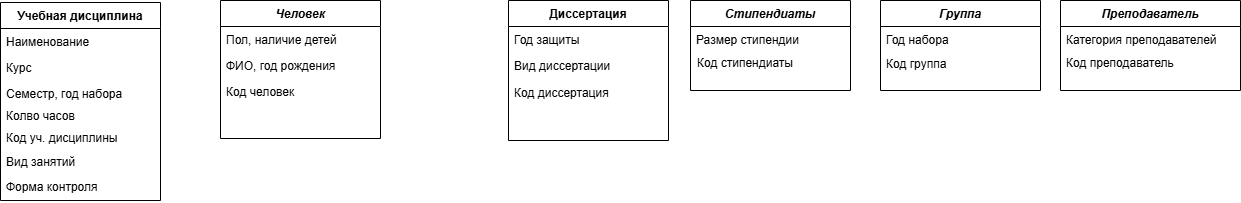
Before: БД 2 Хорошилова.drawio.png, a diagram exported from draw.io (ksinph/PSTU_LABS_2023). Source tidied: cells renumbered, new cells last; positions are measured from the earlier drawing's top-left corner, leaving out a move shared by most shapes.
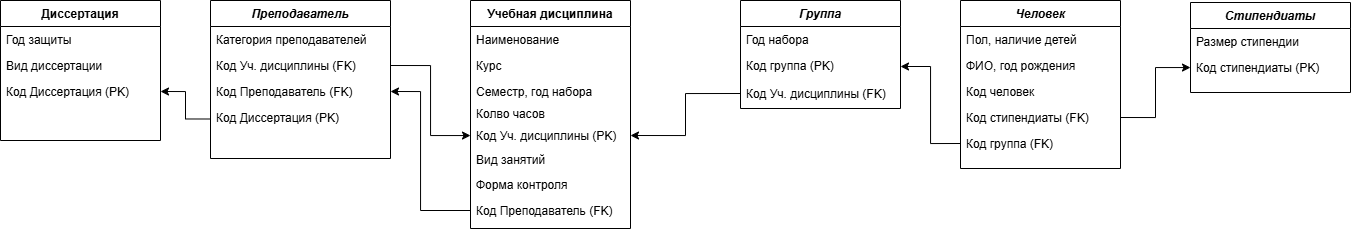
After the commit.

The edit, as a diff of the source:
```diff
@@ -3,7 +3,7 @@
     <mxCell id="0" />
     <mxCell id="1" parent="0" />
     <mxCell id="2" value="Человек" style="swimlane;fontStyle=3;align=center;verticalAlign=top;horizontal=1;startSize=26;rounded=0;shadow=0;strokeWidth=1;" parent="1" vertex="1">
-      <mxGeometry x="220" width="160" height="138" as="geometry" />
+      <mxGeometry x="490" y="2" width="160" height="168" as="geometry" />
     </mxCell>
     <mxCell id="3" value="Пол, наличие детей" style="text;align=left;verticalAlign=top;spacingLeft=4;spacingRight=4;overflow=hidden;" parent="2" vertex="1">
       <mxGeometry y="26" width="160" height="26" as="geometry" />
@@ -14,8 +14,14 @@
     <mxCell id="5" value="Код человек" style="text;align=left;verticalAlign=top;spacingLeft=4;spacingRight=4;overflow=hidden;rounded=0;shadow=0;html=0;" parent="2" vertex="1">
       <mxGeometry y="78" width="160" height="26" as="geometry" />
     </mxCell>
+    <mxCell id="27" value="Код стипендиаты (FK)" style="text;align=left;verticalAlign=top;spacingLeft=4;spacingRight=4;overflow=hidden;points=[[0,0.5],[1,0.5]];portConstraint=eastwest;" parent="2" vertex="1">
+      <mxGeometry y="104" width="160" height="26" as="geometry" />
+    </mxCell>
+    <mxCell id="28" value="Код группа (FK)" style="text;align=left;verticalAlign=top;spacingLeft=4;spacingRight=4;overflow=hidden;points=[[0,0.5],[1,0.5]];portConstraint=eastwest;" parent="2" vertex="1">
+      <mxGeometry y="130" width="160" height="26" as="geometry" />
+    </mxCell>
     <mxCell id="6" value="Учебная дисциплина" style="swimlane;fontStyle=1;align=center;verticalAlign=top;horizontal=1;startSize=26;rounded=0;shadow=0;strokeWidth=1;" parent="1" vertex="1">
-      <mxGeometry y="2" width="160" height="198" as="geometry" />
+      <mxGeometry y="2" width="160" height="228" as="geometry" />
     </mxCell>
     <mxCell id="7" value="Наименование" style="text;align=left;verticalAlign=top;spacingLeft=4;spacingRight=4;overflow=hidden;" parent="6" vertex="1">
       <mxGeometry y="26" width="160" height="26" as="geometry" />
@@ -30,7 +36,7 @@
       <mxGeometry y="100" width="160" height="26" as="geometry" />
     </mxCell>
     <mxCell id="11" value="Диссертация" style="swimlane;fontStyle=1;align=center;verticalAlign=top;horizontal=1;startSize=26;rounded=0;shadow=0;strokeWidth=1;" parent="1" vertex="1">
-      <mxGeometry x="508" width="160" height="140" as="geometry" />
+      <mxGeometry x="-470" y="2" width="160" height="140" as="geometry" />
     </mxCell>
     <mxCell id="12" value="Год защиты" style="text;align=left;verticalAlign=top;spacingLeft=4;spacingRight=4;overflow=hidden;" parent="11" vertex="1">
       <mxGeometry y="26" width="160" height="26" as="geometry" />
@@ -38,6 +44,9 @@
     <mxCell id="13" value="Вид диссертации" style="text;align=left;verticalAlign=top;spacingLeft=4;spacingRight=4;overflow=hidden;rounded=0;shadow=0;html=0;" parent="11" vertex="1">
       <mxGeometry y="52" width="160" height="26" as="geometry" />
     </mxCell>
+    <mxCell id="23" value="Код Диссертация (PK)" style="text;align=left;verticalAlign=top;spacingLeft=4;spacingRight=4;overflow=hidden;points=[[0,0.5],[1,0.5]];portConstraint=eastwest;rounded=0;shadow=0;html=0;" parent="11" vertex="1">
+      <mxGeometry y="78" width="160" height="26" as="geometry" />
+    </mxCell>
     <mxCell id="14" value="Вид занятий" style="text;align=left;verticalAlign=top;spacingLeft=4;spacingRight=4;overflow=hidden;" parent="1" vertex="1">
       <mxGeometry y="148" width="160" height="26" as="geometry" />
     </mxCell>
@@ -45,37 +54,69 @@
       <mxGeometry y="173" width="160" height="26" as="geometry" />
     </mxCell>
     <mxCell id="16" value="Стипендиаты" style="swimlane;fontStyle=3;align=center;verticalAlign=top;horizontal=1;startSize=26;rounded=0;shadow=0;strokeWidth=1;" parent="1" vertex="1">
-      <mxGeometry x="690" width="160" height="90" as="geometry" />
+      <mxGeometry x="720" y="4" width="160" height="90" as="geometry" />
     </mxCell>
     <mxCell id="17" value="Размер стипендии" style="text;align=left;verticalAlign=top;spacingLeft=4;spacingRight=4;overflow=hidden;" parent="16" vertex="1">
       <mxGeometry y="26" width="160" height="26" as="geometry" />
     </mxCell>
+    <mxCell id="24" value="Код стипендиаты (PK)" style="text;align=left;verticalAlign=top;spacingLeft=4;spacingRight=4;overflow=hidden;points=[[0,0.5],[1,0.5]];portConstraint=eastwest;" parent="16" vertex="1">
+      <mxGeometry y="52" width="160" height="26" as="geometry" />
+    </mxCell>
     <mxCell id="18" value="Группа" style="swimlane;fontStyle=3;align=center;verticalAlign=top;horizontal=1;startSize=26;rounded=0;shadow=0;strokeWidth=1;" parent="1" vertex="1">
-      <mxGeometry x="880" width="160" height="90" as="geometry" />
+      <mxGeometry x="270" y="2" width="160" height="108" as="geometry" />
     </mxCell>
     <mxCell id="19" value="Год набора" style="text;align=left;verticalAlign=top;spacingLeft=4;spacingRight=4;overflow=hidden;" parent="18" vertex="1">
       <mxGeometry y="26" width="160" height="26" as="geometry" />
     </mxCell>
+    <mxCell id="25" value="Код группа (PK)" style="text;align=left;verticalAlign=top;spacingLeft=4;spacingRight=4;overflow=hidden;points=[[0,0.5],[1,0.5]];portConstraint=eastwest;" parent="18" vertex="1">
+      <mxGeometry y="52" width="160" height="28" as="geometry" />
+    </mxCell>
+    <mxCell id="29" value="Код Уч. дисциплины (FK)" style="text;align=left;verticalAlign=top;spacingLeft=4;spacingRight=4;overflow=hidden;points=[[0,0.5],[1,0.5]];portConstraint=eastwest;" parent="18" vertex="1">
+      <mxGeometry y="80" width="160" height="26" as="geometry" />
+    </mxCell>
     <mxCell id="20" value="Преподаватель" style="swimlane;fontStyle=3;align=center;verticalAlign=top;horizontal=1;startSize=26;rounded=0;shadow=0;strokeWidth=1;" parent="1" vertex="1">
-      <mxGeometry x="1060" width="180" height="90" as="geometry" />
+      <mxGeometry x="-260" y="2" width="180" height="158" as="geometry" />
     </mxCell>
     <mxCell id="21" value="Категория преподавателей" style="text;align=left;verticalAlign=top;spacingLeft=4;spacingRight=4;overflow=hidden;" parent="20" vertex="1">
       <mxGeometry y="26" width="180" height="26" as="geometry" />
     </mxCell>
+    <mxCell id="26" value="Код Уч. дисциплины (FK)" style="text;align=left;verticalAlign=top;spacingLeft=4;spacingRight=4;overflow=hidden;points=[[0,0.5],[1,0.5]];portConstraint=eastwest;" parent="20" vertex="1">
+      <mxGeometry y="52" width="180" height="26" as="geometry" />
+    </mxCell>
+    <mxCell id="30" value="Код Преподаватель (FK)" style="text;align=left;verticalAlign=top;spacingLeft=4;spacingRight=4;overflow=hidden;points=[[0,0.5],[1,0.5]];portConstraint=eastwest;" parent="20" vertex="1">
+      <mxGeometry y="78" width="180" height="26" as="geometry" />
+    </mxCell>
+    <mxCell id="31" value="Код Диссертация (PK)" style="text;align=left;verticalAlign=top;spacingLeft=4;spacingRight=4;overflow=hidden;rounded=0;shadow=0;html=0;" parent="20" vertex="1">
+      <mxGeometry y="104" width="180" height="26" as="geometry" />
+    </mxCell>
-    <mxCell id="22" value="Код уч. дисциплины" style="text;align=left;verticalAlign=top;spacingLeft=4;spacingRight=4;overflow=hidden;points=[[0,0.5],[1,0.5]];portConstraint=eastwest;" parent="1" vertex="1">
+    <mxCell id="22" value="Код Уч. дисциплины (PK)" style="text;align=left;verticalAlign=top;spacingLeft=4;spacingRight=4;overflow=hidden;points=[[0,0.5],[1,0.5]];portConstraint=eastwest;" parent="1" vertex="1">
       <mxGeometry y="124" width="160" height="26" as="geometry" />
     </mxCell>
-    <mxCell id="23" value="Код диссертация" style="text;align=left;verticalAlign=top;spacingLeft=4;spacingRight=4;overflow=hidden;points=[[0,0.5],[1,0.5]];portConstraint=eastwest;rounded=0;shadow=0;html=0;" parent="1" vertex="1">
-      <mxGeometry x="508" y="79" width="160" height="26" as="geometry" />
-    </mxCell>
-    <mxCell id="24" value="Код стипендиаты" style="text;align=left;verticalAlign=top;spacingLeft=4;spacingRight=4;overflow=hidden;points=[[0,0.5],[1,0.5]];portConstraint=eastwest;" parent="1" vertex="1">
-      <mxGeometry x="691" y="49" width="160" height="26" as="geometry" />
-    </mxCell>
-    <mxCell id="25" value="Код группа" style="text;align=left;verticalAlign=top;spacingLeft=4;spacingRight=4;overflow=hidden;points=[[0,0.5],[1,0.5]];portConstraint=eastwest;" parent="1" vertex="1">
-      <mxGeometry x="880" y="50" width="160" height="26" as="geometry" />
-    </mxCell>
-    <mxCell id="26" value="Код преподаватель" style="text;align=left;verticalAlign=top;spacingLeft=4;spacingRight=4;overflow=hidden;points=[[0,0.5],[1,0.5]];portConstraint=eastwest;" parent="1" vertex="1">
-      <mxGeometry x="1060" y="49" width="180" height="26" as="geometry" />
-    </mxCell>
+    <mxCell id="32" style="edgeStyle=orthogonalEdgeStyle;rounded=0;jettySize=auto;html=1;exitX=0;exitY=0.5;exitDx=0;exitDy=0;entryX=1;entryY=0.5;entryDx=0;entryDy=0;" parent="1" edge="1" source="33" target="30">
+      <mxGeometry relative="1" as="geometry">
+        <Array as="points">
+          <mxPoint x="-50" y="212" />
+          <mxPoint x="-50" y="93" />
+        </Array>
+      </mxGeometry>
+    </mxCell>
+    <mxCell id="33" value="Код Преподаватель (FK)" style="text;align=left;verticalAlign=top;spacingLeft=4;spacingRight=4;overflow=hidden;points=[[0,0.5],[1,0.5]];portConstraint=eastwest;" parent="1" vertex="1">
+      <mxGeometry y="199" width="160" height="26" as="geometry" />
+    </mxCell>
+    <mxCell id="34" style="edgeStyle=orthogonalEdgeStyle;rounded=0;jettySize=auto;html=1;exitX=1;exitY=0.5;exitDx=0;exitDy=0;" parent="1" edge="1" source="26" target="22">
+      <mxGeometry relative="1" as="geometry" />
+    </mxCell>
+    <mxCell id="35" style="edgeStyle=orthogonalEdgeStyle;rounded=0;jettySize=auto;html=1;exitX=0;exitY=0.75;exitDx=0;exitDy=0;entryX=1;entryY=0.5;entryDx=0;entryDy=0;" parent="1" edge="1" source="20" target="23">
+      <mxGeometry relative="1" as="geometry" />
+    </mxCell>
+    <mxCell id="36" style="edgeStyle=orthogonalEdgeStyle;rounded=0;jettySize=auto;html=1;exitX=1;exitY=0.5;exitDx=0;exitDy=0;" parent="1" edge="1" source="27" target="24">
+      <mxGeometry relative="1" as="geometry" />
+    </mxCell>
+    <mxCell id="37" style="edgeStyle=orthogonalEdgeStyle;rounded=0;jettySize=auto;html=1;exitX=0;exitY=0.5;exitDx=0;exitDy=0;entryX=1;entryY=0.5;entryDx=0;entryDy=0;" parent="1" edge="1" source="28" target="25">
+      <mxGeometry relative="1" as="geometry" />
+    </mxCell>
+    <mxCell id="38" style="edgeStyle=orthogonalEdgeStyle;rounded=0;jettySize=auto;html=1;exitX=0;exitY=0.5;exitDx=0;exitDy=0;entryX=1;entryY=0.5;entryDx=0;entryDy=0;" parent="1" edge="1" source="29" target="22">
+      <mxGeometry relative="1" as="geometry" />
+    </mxCell>
   </root>
 </mxGraphModel>
```
